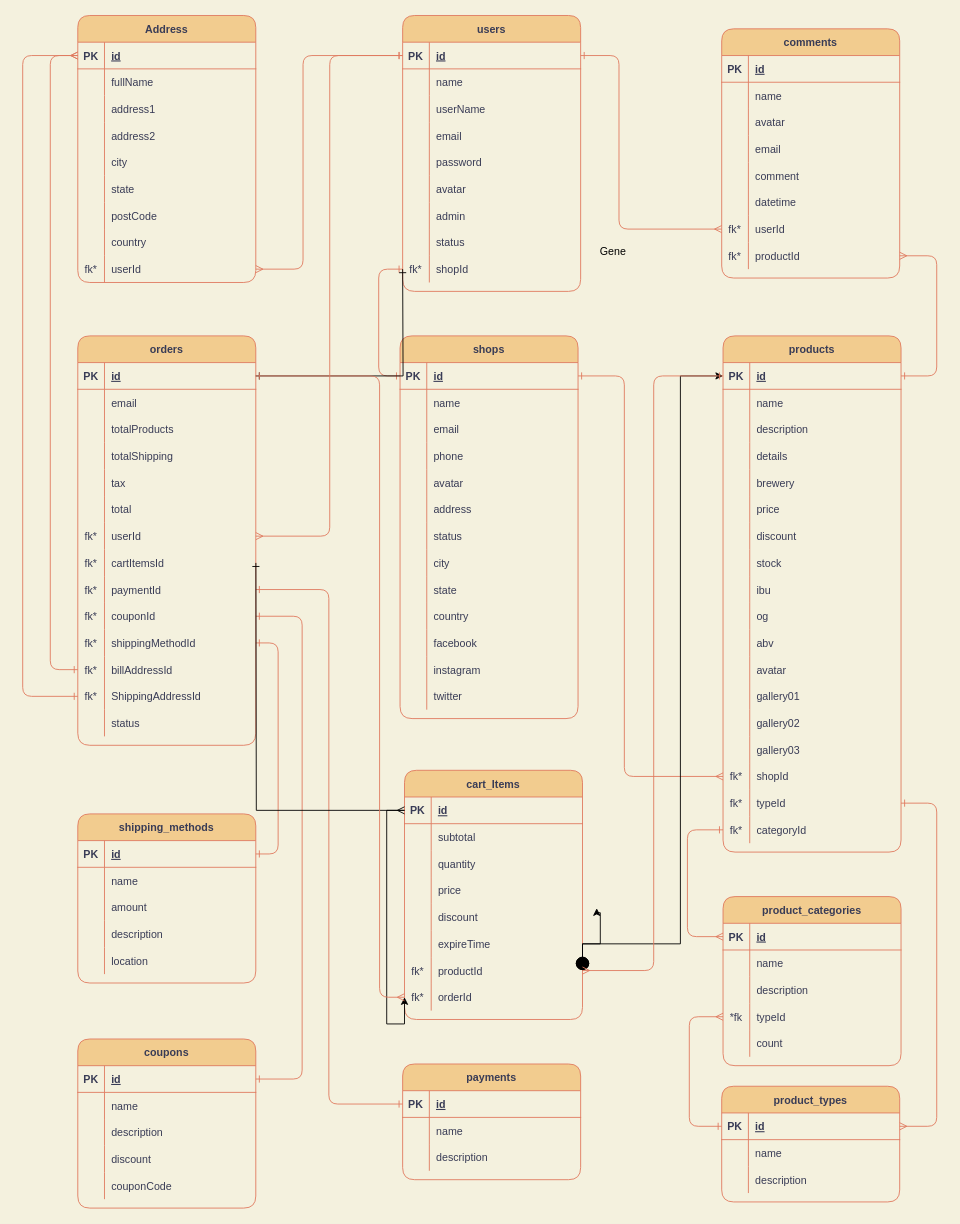
Earlier version of the draw.io diagram page "Page-1" (1 of 2) of database/model.drawio (0920CDFSNCN27ARED/grupo-12). Source tidied: cells renumbered, new cells numbered last; positions are measured from the earlier drawing's top-left corner, leaving out a move shared by most shapes. Both pictures are drawn from the tidied source at 89%, with x=0, y=0 at pixel (22, 15).
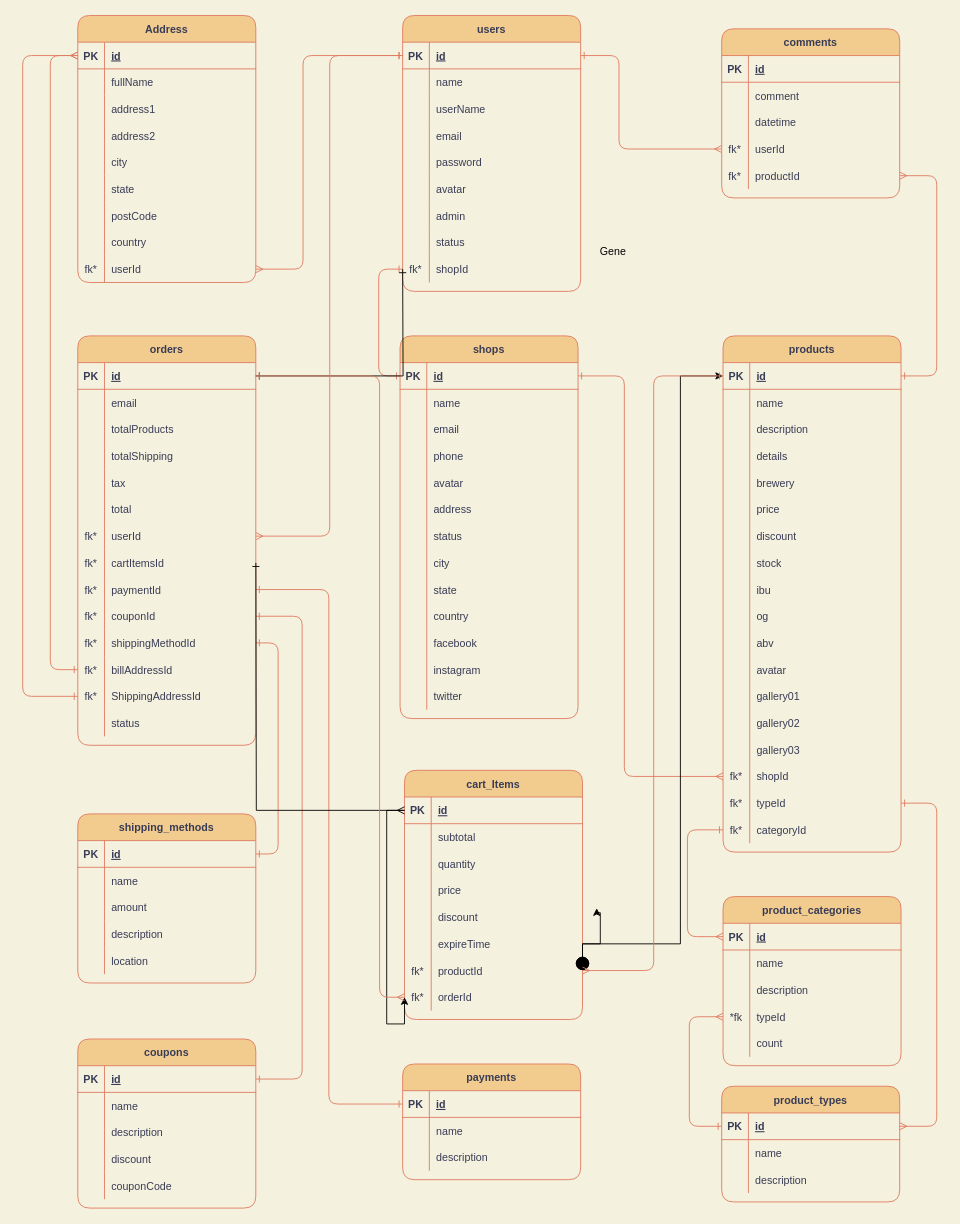
Above is the later version.

Unchanged cells that the change refers to:
```xml
<mxCell id="3" style="shape=partialRectangle;fillColor=none;top=0;left=0;bottom=1;right=0;points=[[0,0.5],[1,0.5]];portConstraint=eastwest;rounded=1;strokeColor=#E07A5F;fontColor=#393C56;" parent="2" vertex="1">
  <mxGeometry y="30" width="200" height="30" as="geometry" />
</mxCell>
<mxCell id="56" style="shape=partialRectangle;fillColor=none;top=0;left=0;bottom=1;right=0;points=[[0,0.5],[1,0.5]];portConstraint=eastwest;rounded=1;strokeColor=#E07A5F;fontColor=#393C56;" parent="55" vertex="1">
  <mxGeometry y="30" width="200" height="30" as="geometry" />
</mxCell>
```

Diff of the diagram source:
```diff
@@
     <mxCell id="30" value="comments" style="shape=table;startSize=30;childLayout=tableLayout;rowLines=0;fontStyle=1;align=center;rounded=1;fillColor=#F2CC8F;strokeColor=#E07A5F;fontColor=#393C56;" parent="1" vertex="1">
-      <mxGeometry x="785.4" y="14.9" width="200" height="280" as="geometry" />
+      <mxGeometry x="785.4" y="14.9" width="200" height="190" as="geometry" />
     </mxCell>
@@
-    <mxCell id="34" style="shape=partialRectangle;fillColor=none;top=0;left=0;bottom=0;right=0;rounded=1;strokeColor=#E07A5F;fontColor=#393C56;" parent="30" vertex="1">
-      <mxGeometry y="60" width="200" height="30" as="geometry" />
-    </mxCell>
-    <mxCell id="35" style="shape=partialRectangle;fillColor=none;top=0;left=0;bottom=0;right=0;overflow=hidden;rounded=1;strokeColor=#E07A5F;fontColor=#393C56;" parent="34" vertex="1">
-      <mxGeometry width="30" height="30" as="geometry" />
-    </mxCell>
-    <mxCell id="36" value="name" style="shape=partialRectangle;fillColor=none;top=0;left=0;bottom=0;right=0;align=left;spacingLeft=6;overflow=hidden;rounded=1;strokeColor=#E07A5F;fontColor=#393C56;" parent="34" vertex="1">
-      <mxGeometry x="30" width="170" height="30" as="geometry" />
-    </mxCell>
-    <mxCell id="37" style="shape=partialRectangle;fillColor=none;top=0;left=0;bottom=0;right=0;rounded=1;strokeColor=#E07A5F;fontColor=#393C56;" parent="30" vertex="1">
-      <mxGeometry y="90" width="200" height="30" as="geometry" />
-    </mxCell>
-    <mxCell id="38" style="shape=partialRectangle;fillColor=none;top=0;left=0;bottom=0;right=0;overflow=hidden;rounded=1;strokeColor=#E07A5F;fontColor=#393C56;" parent="37" vertex="1">
-      <mxGeometry width="30" height="30" as="geometry" />
-    </mxCell>
-    <mxCell id="39" value="avatar" style="shape=partialRectangle;fillColor=none;top=0;left=0;bottom=0;right=0;align=left;spacingLeft=6;overflow=hidden;rounded=1;strokeColor=#E07A5F;fontColor=#393C56;" parent="37" vertex="1">
-      <mxGeometry x="30" width="170" height="30" as="geometry" />
-    </mxCell>
-    <mxCell id="40" style="shape=partialRectangle;fillColor=none;top=0;left=0;bottom=0;right=0;rounded=1;strokeColor=#E07A5F;fontColor=#393C56;" parent="30" vertex="1">
-      <mxGeometry y="120" width="200" height="30" as="geometry" />
-    </mxCell>
-    <mxCell id="41" style="shape=partialRectangle;fillColor=none;top=0;left=0;bottom=0;right=0;overflow=hidden;rounded=1;strokeColor=#E07A5F;fontColor=#393C56;" parent="40" vertex="1">
-      <mxGeometry width="30" height="30" as="geometry" />
-    </mxCell>
-    <mxCell id="42" value="email" style="shape=partialRectangle;fillColor=none;top=0;left=0;bottom=0;right=0;align=left;spacingLeft=6;overflow=hidden;rounded=1;strokeColor=#E07A5F;fontColor=#393C56;" parent="40" vertex="1">
-      <mxGeometry x="30" width="170" height="30" as="geometry" />
-    </mxCell>
     <mxCell id="43" style="shape=partialRectangle;fillColor=none;top=0;left=0;bottom=0;right=0;rounded=1;strokeColor=#E07A5F;fontColor=#393C56;" parent="30" vertex="1">
-      <mxGeometry y="150" width="200" height="30" as="geometry" />
+      <mxGeometry y="60" width="200" height="30" as="geometry" />
     </mxCell>
@@
     <mxCell id="46" style="shape=partialRectangle;fillColor=none;top=0;left=0;bottom=0;right=0;rounded=1;strokeColor=#E07A5F;fontColor=#393C56;" parent="30" vertex="1">
-      <mxGeometry y="180" width="200" height="30" as="geometry" />
+      <mxGeometry y="90" width="200" height="30" as="geometry" />
     </mxCell>
@@
     <mxCell id="49" style="shape=partialRectangle;fillColor=none;top=0;left=0;bottom=0;right=0;points=[[0,0.5],[1,0.5]];portConstraint=eastwest;rounded=1;strokeColor=#E07A5F;fontColor=#393C56;" parent="30" vertex="1">
-      <mxGeometry y="210" width="200" height="30" as="geometry" />
+      <mxGeometry y="120" width="200" height="30" as="geometry" />
     </mxCell>
@@
     <mxCell id="52" style="shape=partialRectangle;fillColor=none;top=0;left=0;bottom=0;right=0;points=[[0,0.5],[1,0.5]];portConstraint=eastwest;rounded=1;strokeColor=#E07A5F;fontColor=#393C56;" parent="30" vertex="1">
-      <mxGeometry y="240" width="200" height="30" as="geometry" />
+      <mxGeometry y="150" width="200" height="30" as="geometry" />
     </mxCell>
@@
     <mxCell id="241" style="edgeStyle=orthogonalEdgeStyle;jettySize=auto;html=1;exitX=1;exitY=0.5;exitDx=0;exitDy=0;entryX=1;entryY=0.5;entryDx=0;entryDy=0;startArrow=ERone;startFill=0;endArrow=ERmany;endFill=0;labelBackgroundColor=#F4F1DE;strokeColor=#E07A5F;fontColor=#393C56;" parent="1" edge="1" source="56" target="52">
       <mxGeometry relative="1" as="geometry">
         <Array as="points">
           <mxPoint x="1027" y="405" />
-          <mxPoint x="1027" y="270" />
+          <mxPoint x="1027" y="180" />
         </Array>
       </mxGeometry>
     </mxCell>
     <mxCell id="242" style="edgeStyle=orthogonalEdgeStyle;jettySize=auto;html=1;exitX=1;exitY=0.5;exitDx=0;exitDy=0;entryX=0;entryY=0.5;entryDx=0;entryDy=0;startArrow=ERone;startFill=0;endArrow=ERmany;endFill=0;labelBackgroundColor=#F4F1DE;strokeColor=#E07A5F;fontColor=#393C56;" parent="1" edge="1" source="3" target="49">
       <mxGeometry relative="1" as="geometry">
         <Array as="points">
           <mxPoint x="670" y="45" />
-          <mxPoint x="670" y="240" />
+          <mxPoint x="670" y="150" />
         </Array>
       </mxGeometry>
     </mxCell>
```
